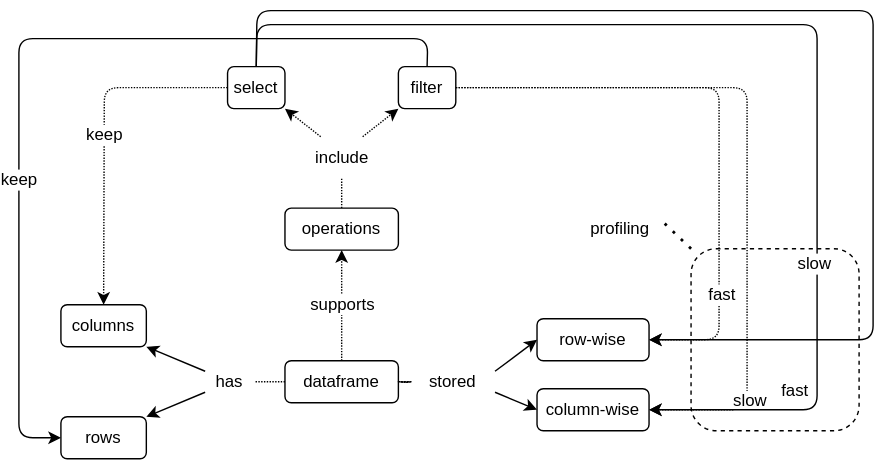
Above: sdxpy/perf/concept_map.svg in gvwilson/thirdbit (draw.io), before the change. Source tidied: cells renumbered, new cells last; positions are measured from the earlier drawing's top-left corner, leaving out a move shared by most shapes.
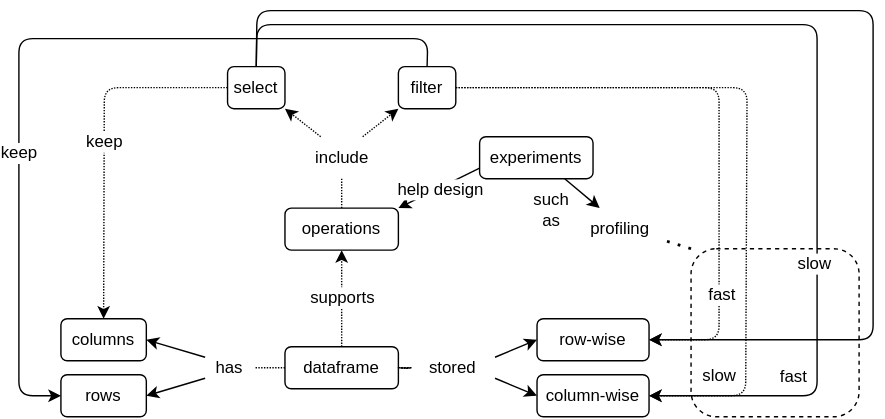
The same diagram one commit later.

The edit, as a diff of the source:
```diff
@@ -3,22 +3,22 @@
     <mxCell id="0" />
     <mxCell id="1" parent="0" />
     <mxCell id="2" style="rounded=1;whiteSpace=wrap;html=1;hachureGap=4;strokeColor=default;fontFamily=Helvetica;fontSize=12;fillColor=none;dashed=1;" parent="1" vertex="1">
-      <mxGeometry x="480" y="170" width="120" height="130" as="geometry" />
+      <mxGeometry x="480" y="170" width="120" height="120" as="geometry" />
     </mxCell>
     <mxCell id="3" value="dataframe" style="text;html=1;strokeColor=default;fillColor=none;align=center;verticalAlign=middle;whiteSpace=wrap;rounded=1;hachureGap=4;fontFamily=Helvetica;fontSize=12;" parent="1" vertex="1">
-      <mxGeometry x="190" y="250" width="81" height="30" as="geometry" />
+      <mxGeometry x="190" y="240" width="81" height="30" as="geometry" />
     </mxCell>
     <mxCell id="4" value="columns" style="text;html=1;strokeColor=default;fillColor=none;align=center;verticalAlign=middle;whiteSpace=wrap;rounded=1;hachureGap=4;fontFamily=Helvetica;fontSize=12;" parent="1" vertex="1">
-      <mxGeometry x="30" y="210" width="61" height="30" as="geometry" />
+      <mxGeometry x="30" y="220" width="61" height="30" as="geometry" />
     </mxCell>
     <mxCell id="5" value="rows" style="text;html=1;strokeColor=default;fillColor=none;align=center;verticalAlign=middle;whiteSpace=wrap;rounded=1;hachureGap=4;fontFamily=Helvetica;fontSize=12;" parent="1" vertex="1">
-      <mxGeometry x="30" y="290" width="61" height="30" as="geometry" />
+      <mxGeometry x="30" y="260" width="61" height="30" as="geometry" />
     </mxCell>
     <mxCell id="6" value="row-wise" style="text;html=1;strokeColor=default;fillColor=none;align=center;verticalAlign=middle;whiteSpace=wrap;rounded=1;hachureGap=4;fontFamily=Helvetica;fontSize=12;" parent="1" vertex="1">
       <mxGeometry x="370" y="220" width="80" height="30" as="geometry" />
     </mxCell>
     <mxCell id="7" value="column-wise" style="text;html=1;strokeColor=default;fillColor=none;align=center;verticalAlign=middle;whiteSpace=wrap;rounded=1;hachureGap=4;fontFamily=Helvetica;fontSize=12;" parent="1" vertex="1">
-      <mxGeometry x="370" y="270" width="80" height="30" as="geometry" />
+      <mxGeometry x="370" y="260" width="80" height="30" as="geometry" />
     </mxCell>
     <mxCell id="8" value="operations" style="text;html=1;strokeColor=default;fillColor=none;align=center;verticalAlign=middle;whiteSpace=wrap;rounded=1;hachureGap=4;fontFamily=Helvetica;fontSize=12;" parent="1" vertex="1">
       <mxGeometry x="190" y="141" width="81" height="30" as="geometry" />
@@ -30,10 +30,10 @@
       <mxGeometry x="149" y="40" width="41" height="30" as="geometry" />
     </mxCell>
     <mxCell id="11" value="stored" style="text;html=1;strokeColor=none;fillColor=none;align=center;verticalAlign=middle;whiteSpace=wrap;rounded=0;sketch=1;hachureGap=4;fontFamily=Helvetica;fontSize=12;" parent="1" vertex="1">
-      <mxGeometry x="280" y="250" width="60" height="30" as="geometry" />
+      <mxGeometry x="280" y="240" width="60" height="30" as="geometry" />
     </mxCell>
     <mxCell id="12" value="has" style="text;html=1;strokeColor=none;fillColor=none;align=center;verticalAlign=middle;whiteSpace=wrap;rounded=0;sketch=1;hachureGap=4;fontFamily=Helvetica;fontSize=12;" parent="1" vertex="1">
-      <mxGeometry x="133" y="250" width="35" height="30" as="geometry" />
+      <mxGeometry x="133" y="240" width="35" height="30" as="geometry" />
     </mxCell>
     <mxCell id="13" value="include" style="text;html=1;strokeColor=none;fillColor=none;align=center;verticalAlign=middle;whiteSpace=wrap;rounded=0;sketch=1;hachureGap=4;fontFamily=Helvetica;fontSize=12;" parent="1" vertex="1">
       <mxGeometry x="200.5" y="90" width="60" height="30" as="geometry" />
@@ -74,7 +74,7 @@
         <Array as="points">
           <mxPoint x="292" y="20" />
           <mxPoint y="20" />
-          <mxPoint y="305" />
+          <mxPoint y="275" />
         </Array>
       </mxGeometry>
     </mxCell>
@@ -85,13 +85,13 @@
       <mxGeometry relative="1" as="geometry">
         <Array as="points">
           <mxPoint x="520" y="55" />
-          <mxPoint x="520" y="285" />
+          <mxPoint x="519" y="275" />
         </Array>
       </mxGeometry>
     </mxCell>
     <mxCell id="26" value="slow" style="edgeLabel;html=1;align=center;verticalAlign=middle;fontSize=12;fontFamily=Helvetica;" parent="25" vertex="1">
       <mxGeometry x="0.6" y="1" relative="1" as="geometry">
-        <mxPoint y="24" as="offset" />
+        <mxPoint x="-21" y="15" as="offset" />
       </mxGeometry>
     </mxCell>
     <mxCell id="27" style="endArrow=classic;html=1;rounded=1;dashed=1;dashPattern=1 1;hachureGap=4;fontFamily=Helvetica;fontSize=12;startSize=6;endSize=6;sourcePerimeterSpacing=0;targetPerimeterSpacing=0;exitX=1;exitY=0.5;exitDx=0;exitDy=0;entryX=1;entryY=0.5;entryDx=0;entryDy=0;" parent="1" edge="1" source="9" target="6">
@@ -110,7 +110,7 @@
         <Array as="points">
           <mxPoint x="170" y="10" />
           <mxPoint x="570" y="10" />
-          <mxPoint x="570" y="285" />
+          <mxPoint x="570" y="275" />
         </Array>
       </mxGeometry>
     </mxCell>
@@ -136,16 +136,31 @@
     <mxCell id="33" value="profiling" style="text;html=1;strokeColor=none;fillColor=none;align=center;verticalAlign=middle;whiteSpace=wrap;rounded=0;dashed=1;sketch=1;hachureGap=4;fontFamily=Helvetica;fontSize=12;" parent="1" vertex="1">
       <mxGeometry x="400" y="141" width="59" height="30" as="geometry" />
     </mxCell>
-    <mxCell id="34" style="endArrow=none;dashed=1;html=1;dashPattern=1 3;strokeWidth=2;rounded=1;hachureGap=4;fontFamily=Helvetica;fontSize=12;startSize=14;endSize=14;sourcePerimeterSpacing=8;targetPerimeterSpacing=8;entryX=1;entryY=1;entryDx=0;entryDy=0;exitX=0;exitY=0;exitDx=0;exitDy=0;" parent="1" edge="1" source="2">
-      <mxGeometry relative="1" as="geometry">
-        <mxPoint x="459" y="150" as="targetPoint" />
-      </mxGeometry>
+    <mxCell id="34" style="endArrow=none;dashed=1;html=1;dashPattern=1 3;strokeWidth=2;rounded=1;hachureGap=4;fontFamily=Helvetica;fontSize=12;startSize=14;endSize=14;sourcePerimeterSpacing=8;targetPerimeterSpacing=8;entryX=1;entryY=0.75;entryDx=0;entryDy=0;exitX=0;exitY=0;exitDx=0;exitDy=0;" parent="1" edge="1" source="2" target="33">
+      <mxGeometry relative="1" as="geometry" />
     </mxCell>
-    <mxCell id="35" style="endArrow=classic;html=1;rounded=0;entryX=1;entryY=1;entryDx=0;entryDy=0;exitX=0;exitY=0.25;exitDx=0;exitDy=0;" parent="1" edge="1" source="12" target="4">
+    <mxCell id="35" style="endArrow=classic;html=1;rounded=0;entryX=1;entryY=0.5;entryDx=0;entryDy=0;exitX=0;exitY=0.25;exitDx=0;exitDy=0;" parent="1" edge="1" source="12" target="4">
       <mxGeometry relative="1" as="geometry" />
     </mxCell>
-    <mxCell id="36" style="endArrow=classic;html=1;rounded=0;entryX=1;entryY=0;entryDx=0;entryDy=0;exitX=0;exitY=0.75;exitDx=0;exitDy=0;" parent="1" edge="1" source="12" target="5">
+    <mxCell id="36" style="endArrow=classic;html=1;rounded=0;entryX=1;entryY=0.5;entryDx=0;entryDy=0;exitX=0;exitY=0.75;exitDx=0;exitDy=0;" parent="1" edge="1" source="12" target="5">
       <mxGeometry relative="1" as="geometry" />
     </mxCell>
+    <mxCell id="37" value="experiments" style="text;html=1;strokeColor=default;fillColor=none;align=center;verticalAlign=middle;whiteSpace=wrap;rounded=1;hachureGap=4;fontFamily=Helvetica;fontSize=12;" parent="1" vertex="1">
+      <mxGeometry x="329" y="90" width="81" height="30" as="geometry" />
+    </mxCell>
+    <mxCell id="38" style="endArrow=classic;html=1;rounded=0;exitX=0.75;exitY=1;exitDx=0;exitDy=0;entryX=0.25;entryY=0;entryDx=0;entryDy=0;" parent="1" edge="1" source="37" target="33">
+      <mxGeometry relative="1" as="geometry" />
+    </mxCell>
+    <mxCell id="39" value="&lt;font style=&quot;font-size: 12px;&quot;&gt;such&lt;br&gt;as&lt;br&gt;&lt;/font&gt;" style="edgeLabel;html=1;align=center;verticalAlign=middle;" parent="38" vertex="1">
+      <mxGeometry x="0.01" y="-1" relative="1" as="geometry">
+        <mxPoint x="-22" y="10" as="offset" />
+      </mxGeometry>
+    </mxCell>
+    <mxCell id="40" style="endArrow=classic;html=1;rounded=0;entryX=1;entryY=0;entryDx=0;entryDy=0;exitX=0;exitY=0.75;exitDx=0;exitDy=0;" parent="1" edge="1" source="37" target="8">
+      <mxGeometry relative="1" as="geometry" />
+    </mxCell>
+    <mxCell id="41" value="&lt;font style=&quot;font-size: 12px;&quot;&gt;help design&lt;br&gt;&lt;/font&gt;" style="edgeLabel;html=1;align=center;verticalAlign=middle;" parent="40" vertex="1">
+      <mxGeometry x="-0.02" y="1" relative="1" as="geometry" />
+    </mxCell>
   </root>
 </mxGraphModel>
```
